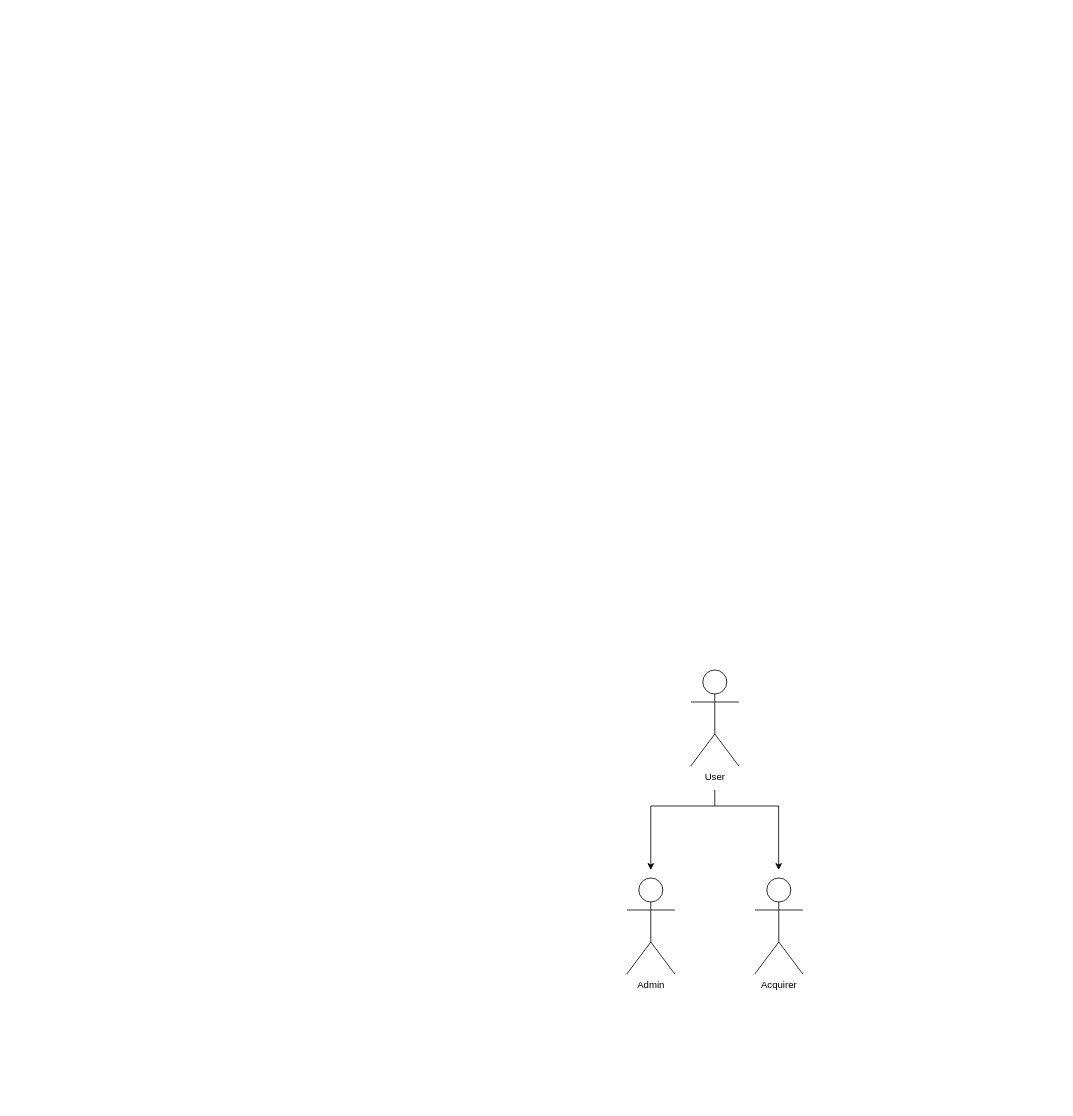
This is usecase.drawio from jarawin/issuer-server, a draw.io file, before an edit. Source tidied: cells renumbered, new cells numbered last; positions are measured from the earlier drawing's top-left corner, leaving out a move shared by most shapes. Both pictures are drawn from the tidied source at 80%, with x=0, y=0 at pixel (626, 670).
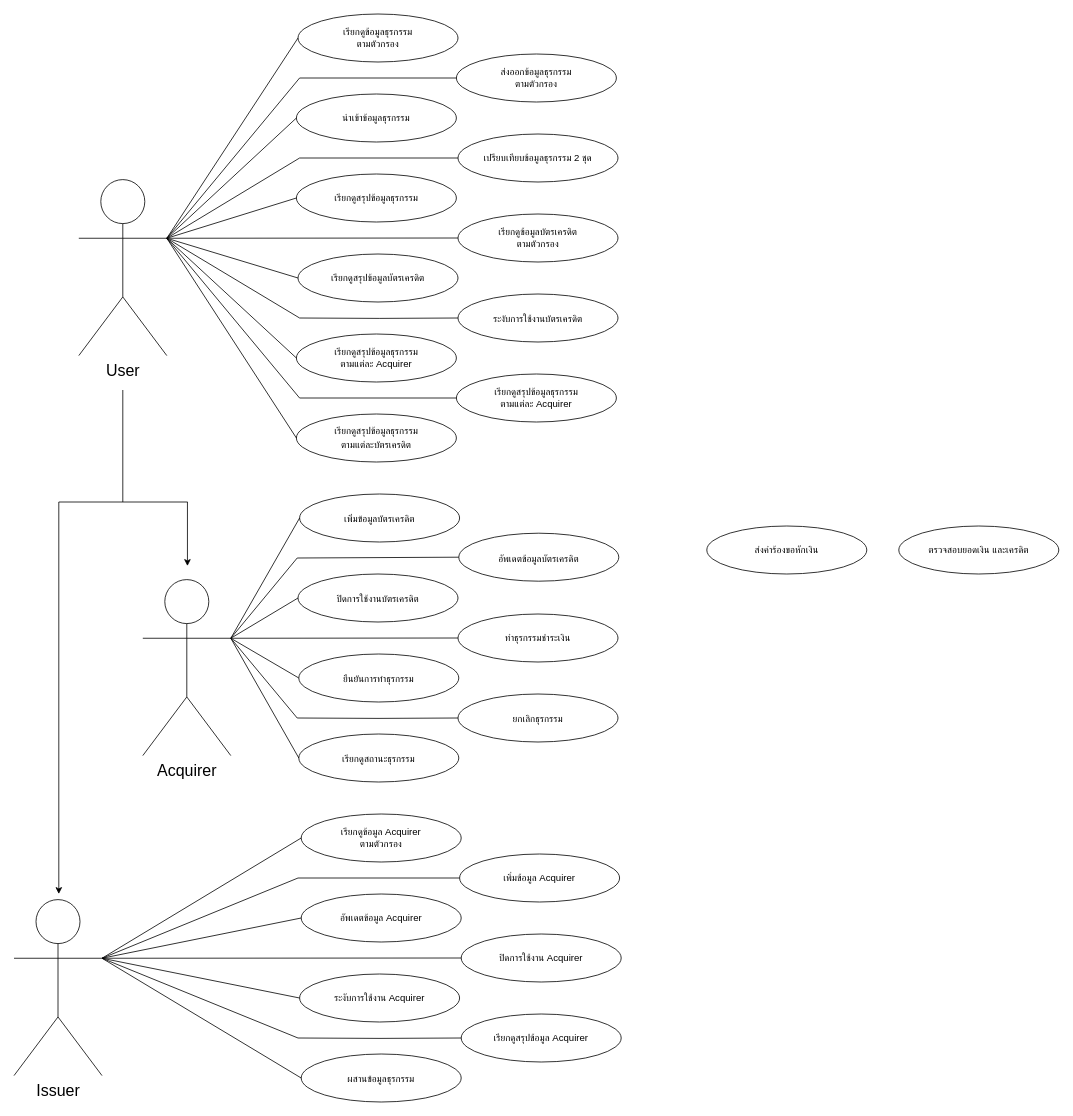
The same diagram, later.

Diff of the diagram source:
```diff
@@
-    <mxCell id="2" value="Acquirer" style="shape=umlActor;verticalLabelPosition=bottom;verticalAlign=top;html=1;" parent="1" vertex="1">
-      <mxGeometry x="160" y="260" width="60" height="120" as="geometry" />
+    <mxCell id="2" value="&lt;font style=&quot;font-size: 20px;&quot;&gt;Acquirer&lt;/font&gt;" style="shape=umlActor;verticalLabelPosition=bottom;verticalAlign=top;html=1;" parent="1" vertex="1">
+      <mxGeometry x="-605" y="-113" width="110" height="220" as="geometry" />
     </mxCell>
-    <mxCell id="3" value="Admin" style="shape=umlActor;verticalLabelPosition=bottom;verticalAlign=top;html=1;" parent="1" vertex="1">
-      <mxGeometry y="260" width="60" height="120" as="geometry" />
+    <mxCell id="3" value="&lt;font style=&quot;font-size: 20px;&quot;&gt;Issuer&lt;/font&gt;" style="shape=umlActor;verticalLabelPosition=bottom;verticalAlign=top;html=1;" parent="1" vertex="1">
+      <mxGeometry x="-766" y="287" width="110" height="220" as="geometry" />
     </mxCell>
     <mxCell id="4" style="edgeStyle=orthogonalEdgeStyle;rounded=0;orthogonalLoop=1;jettySize=auto;html=1;endArrow=none;endFill=0;" parent="1" edge="1">
       <mxGeometry relative="1" as="geometry">
-        <mxPoint x="110" y="150" as="sourcePoint" />
-        <mxPoint x="110" y="170" as="targetPoint" />
+        <mxPoint x="-630" y="-350" as="sourcePoint" />
+        <mxPoint x="-630" y="-210" as="targetPoint" />
       </mxGeometry>
     </mxCell>
-    <mxCell id="5" value="User" style="shape=umlActor;verticalLabelPosition=bottom;verticalAlign=top;html=1;" parent="1" vertex="1">
-      <mxGeometry x="80" width="60" height="120" as="geometry" />
+    <mxCell id="5" value="&lt;font style=&quot;font-size: 20px;&quot;&gt;User&lt;/font&gt;" style="shape=umlActor;verticalLabelPosition=bottom;verticalAlign=top;html=1;" parent="1" vertex="1">
+      <mxGeometry x="-685" y="-613" width="110" height="220" as="geometry" />
     </mxCell>
     <mxCell id="6" style="edgeStyle=orthogonalEdgeStyle;rounded=0;orthogonalLoop=1;jettySize=auto;html=1;endArrow=none;endFill=0;" parent="1" edge="1">
       <mxGeometry relative="1" as="geometry">
-        <mxPoint x="190" y="170" as="sourcePoint" />
-        <mxPoint x="30" y="170" as="targetPoint" />
+        <mxPoint x="-549" y="-210" as="sourcePoint" />
+        <mxPoint x="-710" y="-210" as="targetPoint" />
       </mxGeometry>
     </mxCell>
     <mxCell id="7" style="edgeStyle=orthogonalEdgeStyle;rounded=0;orthogonalLoop=1;jettySize=auto;html=1;endArrow=classic;endFill=1;" parent="1" edge="1">
       <mxGeometry relative="1" as="geometry">
-        <mxPoint x="30" y="170" as="sourcePoint" />
-        <mxPoint x="30" y="250" as="targetPoint" />
+        <mxPoint x="-710" y="-210" as="sourcePoint" />
+        <mxPoint x="-710" y="280" as="targetPoint" />
       </mxGeometry>
     </mxCell>
     <mxCell id="8" style="edgeStyle=orthogonalEdgeStyle;rounded=0;orthogonalLoop=1;jettySize=auto;html=1;endArrow=classic;endFill=1;" parent="1" edge="1">
       <mxGeometry relative="1" as="geometry">
-        <mxPoint x="189.8" y="170" as="sourcePoint" />
-        <mxPoint x="189.8" y="250" as="targetPoint" />
+        <mxPoint x="-549.2" y="-210" as="sourcePoint" />
+        <mxPoint x="-549.2" y="-130" as="targetPoint" />
       </mxGeometry>
     </mxCell>
+    <mxCell id="9" value="เพิ่มข้อมูล Acquirer" style="ellipse;whiteSpace=wrap;html=1;" parent="1" vertex="1">
+      <mxGeometry x="-209" y="230" width="200" height="60" as="geometry" />
+    </mxCell>
+    <mxCell id="10" value="อัพเดตข้อมูล Acquirer" style="ellipse;whiteSpace=wrap;html=1;" parent="1" vertex="1">
+      <mxGeometry x="-407" y="280" width="200" height="60" as="geometry" />
+    </mxCell>
+    <mxCell id="11" value="ปิดการใช้งาน Acquirer" style="ellipse;whiteSpace=wrap;html=1;" parent="1" vertex="1">
+      <mxGeometry x="-207" y="330" width="200" height="60" as="geometry" />
+    </mxCell>
+    <mxCell id="12" value="เรียกดูข้อมูล Acquirer&lt;br&gt;ตามตัวกรอง" style="ellipse;whiteSpace=wrap;html=1;" parent="1" vertex="1">
+      <mxGeometry x="-407" y="180" width="200" height="60" as="geometry" />
+    </mxCell>
+    <mxCell id="13" value="ระงับการใช้งาน Acquirer" style="ellipse;whiteSpace=wrap;html=1;" parent="1" vertex="1">
+      <mxGeometry x="-409" y="380" width="200" height="60" as="geometry" />
+    </mxCell>
+    <mxCell id="14" value="เพิ่มข้อมูลบัตรเครดิต&lt;span style=&quot;font-size: medium; text-align: start;&quot;&gt;&lt;/span&gt;" style="ellipse;whiteSpace=wrap;html=1;" parent="1" vertex="1">
+      <mxGeometry x="-409" y="-220" width="200" height="60" as="geometry" />
+    </mxCell>
+    <mxCell id="15" value="อัพเดตข้อมูลบัตรเครดิต&lt;span style=&quot;font-size: medium; text-align: start;&quot;&gt;&lt;/span&gt;" style="ellipse;whiteSpace=wrap;html=1;" parent="1" vertex="1">
+      <mxGeometry x="-210" y="-171" width="200" height="60" as="geometry" />
+    </mxCell>
+    <mxCell id="16" value="ปิดการใช้งานบัตรเครดิต&lt;span style=&quot;font-size: medium; text-align: start;&quot;&gt;&lt;/span&gt;" style="ellipse;whiteSpace=wrap;html=1;" parent="1" vertex="1">
+      <mxGeometry x="-411" y="-120" width="200" height="60" as="geometry" />
+    </mxCell>
+    <mxCell id="17" value="&lt;font style=&quot;font-size: 12px;&quot;&gt;เรียกดูข้อมูลบัตรเครดิต&lt;span style=&quot;text-align: start;&quot;&gt;&lt;/span&gt;&lt;br&gt;ตามตัวกรอง&lt;/font&gt;" style="ellipse;whiteSpace=wrap;html=1;" parent="1" vertex="1">
+      <mxGeometry x="-211" y="-570" width="200" height="60" as="geometry" />
+    </mxCell>
+    <mxCell id="18" value="ระงับการใช้งานบัตรเครดิต&lt;span style=&quot;font-size: medium; text-align: start;&quot;&gt;&lt;/span&gt;" style="ellipse;whiteSpace=wrap;html=1;" parent="1" vertex="1">
+      <mxGeometry x="-211" y="-470" width="200" height="60" as="geometry" />
+    </mxCell>
+    <mxCell id="19" value="เรียกดูสรุปข้อมูล Acquirer" style="ellipse;whiteSpace=wrap;html=1;" parent="1" vertex="1">
+      <mxGeometry x="-207" y="430" width="200" height="60" as="geometry" />
+    </mxCell>
+    <mxCell id="20" value="เรียกดูสรุปข้อมูลบัตรเครดิต" style="ellipse;whiteSpace=wrap;html=1;" parent="1" vertex="1">
+      <mxGeometry x="-411" y="-520" width="200" height="60" as="geometry" />
+    </mxCell>
+    <mxCell id="21" value="&lt;font style=&quot;font-size: 12px;&quot;&gt;เรียกดูข้อมูลธุรกรรม&lt;br&gt;ตามตัวกรอง&lt;/font&gt;" style="ellipse;whiteSpace=wrap;html=1;" parent="1" vertex="1">
+      <mxGeometry x="-411" y="-820" width="200" height="60" as="geometry" />
+    </mxCell>
+    <mxCell id="22" value="ส่งออกข้อมูลธุรกรรม&lt;br&gt;ตามตัวกรอง" style="ellipse;whiteSpace=wrap;html=1;" parent="1" vertex="1">
+      <mxGeometry x="-213" y="-770" width="200" height="60" as="geometry" />
+    </mxCell>
+    <mxCell id="23" value="นำเข้าข้อมูลธุรกรรม" style="ellipse;whiteSpace=wrap;html=1;" parent="1" vertex="1">
+      <mxGeometry x="-413" y="-720" width="200" height="60" as="geometry" />
+    </mxCell>
+    <mxCell id="24" value="เรียกดูสรุปข้อมูลธุรกรรม" style="ellipse;whiteSpace=wrap;html=1;" parent="1" vertex="1">
+      <mxGeometry x="-413" y="-620" width="200" height="60" as="geometry" />
+    </mxCell>
+    <mxCell id="25" value="ทำธุรกรรมชำระเงิน" style="ellipse;whiteSpace=wrap;html=1;" parent="1" vertex="1">
+      <mxGeometry x="-211" y="-70" width="200" height="60" as="geometry" />
+    </mxCell>
+    <mxCell id="26" value="ยืนยันการทำธุรกรรม&lt;span style=&quot;font-size: medium; text-align: start;&quot;&gt;&lt;/span&gt;" style="ellipse;whiteSpace=wrap;html=1;" parent="1" vertex="1">
+      <mxGeometry x="-410" y="-20" width="200" height="60" as="geometry" />
+    </mxCell>
+    <mxCell id="27" value="เปรียบเทียบข้อมูลธุรกรรม 2 ชุด" style="ellipse;whiteSpace=wrap;html=1;" parent="1" vertex="1">
+      <mxGeometry x="-211" y="-670" width="200" height="60" as="geometry" />
+    </mxCell>
+    <mxCell id="28" value="ผสานข้อมูลธุรกรรม&lt;span style=&quot;font-size: medium; text-align: start;&quot;&gt;&lt;/span&gt;" style="ellipse;whiteSpace=wrap;html=1;" parent="1" vertex="1">
+      <mxGeometry x="-407" y="480" width="200" height="60" as="geometry" />
+    </mxCell>
+    <mxCell id="29" value="ยกเลิกธุรกรรม&lt;span style=&quot;font-size: medium; text-align: start;&quot;&gt;&lt;/span&gt;" style="ellipse;whiteSpace=wrap;html=1;" parent="1" vertex="1">
+      <mxGeometry x="-211" y="30" width="200" height="60" as="geometry" />
+    </mxCell>
+    <mxCell id="30" value="เรียกดูสถานะธุรกรรม&lt;span style=&quot;font-size: medium; text-align: start;&quot;&gt;&lt;/span&gt;" style="ellipse;whiteSpace=wrap;html=1;" parent="1" vertex="1">
+      <mxGeometry x="-410" y="80" width="200" height="60" as="geometry" />
+    </mxCell>
+    <mxCell id="31" value="เรียกดูสรุปข้อมูลธุรกรรม&lt;br&gt;ตามแต่ละ Acquirer" style="ellipse;whiteSpace=wrap;html=1;" parent="1" vertex="1">
+      <mxGeometry x="-413" y="-420" width="200" height="60" as="geometry" />
+    </mxCell>
+    <mxCell id="32" value="เรียกดูสรุปข้อมูลธุรกรรม&lt;br&gt;ตามแต่ละ Acquirer" style="ellipse;whiteSpace=wrap;html=1;" parent="1" vertex="1">
+      <mxGeometry x="-213" y="-370" width="200" height="60" as="geometry" />
+    </mxCell>
+    <mxCell id="33" value="เรียกดูสรุปข้อมูลธุรกรรม&lt;br&gt;ตามแต่ละบัตรเครดิต&lt;span style=&quot;font-size: medium; text-align: start;&quot;&gt;&lt;/span&gt;" style="ellipse;whiteSpace=wrap;html=1;" parent="1" vertex="1">
+      <mxGeometry x="-413" y="-320" width="200" height="60" as="geometry" />
+    </mxCell>
+    <mxCell id="34" style="endArrow=none;html=1;rounded=0;entryX=0;entryY=0.5;entryDx=0;entryDy=0;exitX=1;exitY=0.3333333333333333;exitDx=0;exitDy=0;exitPerimeter=0;" parent="1" edge="1" source="5" target="17">
+      <mxGeometry relative="1" as="geometry" />
+    </mxCell>
+    <mxCell id="35" style="endArrow=none;html=1;rounded=0;entryX=0;entryY=0.5;entryDx=0;entryDy=0;" parent="1" edge="1" target="22">
+      <mxGeometry relative="1" as="geometry">
+        <mxPoint x="-409" y="-740" as="sourcePoint" />
+      </mxGeometry>
+    </mxCell>
+    <mxCell id="36" style="endArrow=none;html=1;rounded=0;entryX=0;entryY=0.5;entryDx=0;entryDy=0;" parent="1" edge="1" target="32">
+      <mxGeometry relative="1" as="geometry">
+        <mxPoint x="-409" y="-340" as="sourcePoint" />
+      </mxGeometry>
+    </mxCell>
+    <mxCell id="37" style="endArrow=none;html=1;rounded=0;entryX=0;entryY=0.5;entryDx=0;entryDy=0;" parent="1" edge="1" target="27">
+      <mxGeometry relative="1" as="geometry">
+        <mxPoint x="-409" y="-640" as="sourcePoint" />
+      </mxGeometry>
+    </mxCell>
+    <mxCell id="38" style="endArrow=none;html=1;rounded=0;entryX=0;entryY=0.5;entryDx=0;entryDy=0;edgeStyle=orthogonalEdgeStyle;" parent="1" edge="1" target="18">
+      <mxGeometry relative="1" as="geometry">
+        <mxPoint x="-409" y="-440" as="sourcePoint" />
+      </mxGeometry>
+    </mxCell>
+    <mxCell id="39" style="endArrow=none;html=1;rounded=0;entryX=1;entryY=0.3333333333333333;entryDx=0;entryDy=0;entryPerimeter=0;" parent="1" edge="1" target="5">
+      <mxGeometry relative="1" as="geometry">
+        <mxPoint x="-409" y="-440" as="sourcePoint" />
+      </mxGeometry>
+    </mxCell>
+    <mxCell id="40" style="endArrow=none;html=1;rounded=0;entryX=1;entryY=0.3333333333333333;entryDx=0;entryDy=0;entryPerimeter=0;" parent="1" edge="1" target="5">
+      <mxGeometry relative="1" as="geometry">
+        <mxPoint x="-409" y="-340" as="sourcePoint" />
+      </mxGeometry>
+    </mxCell>
+    <mxCell id="41" style="endArrow=none;html=1;rounded=0;entryX=1;entryY=0.3333333333333333;entryDx=0;entryDy=0;entryPerimeter=0;exitX=0;exitY=0.5;exitDx=0;exitDy=0;" parent="1" edge="1" source="20" target="5">
+      <mxGeometry relative="1" as="geometry" />
+    </mxCell>
+    <mxCell id="42" style="endArrow=none;html=1;rounded=0;entryX=1;entryY=0.3333333333333333;entryDx=0;entryDy=0;entryPerimeter=0;exitX=0;exitY=0.5;exitDx=0;exitDy=0;" parent="1" edge="1" source="31" target="5">
+      <mxGeometry relative="1" as="geometry" />
+    </mxCell>
+    <mxCell id="43" style="endArrow=none;html=1;rounded=0;entryX=1;entryY=0.3333333333333333;entryDx=0;entryDy=0;entryPerimeter=0;exitX=0;exitY=0.5;exitDx=0;exitDy=0;" parent="1" edge="1" source="24" target="5">
+      <mxGeometry relative="1" as="geometry" />
+    </mxCell>
+    <mxCell id="44" style="endArrow=none;html=1;rounded=0;entryX=1;entryY=0.3333333333333333;entryDx=0;entryDy=0;entryPerimeter=0;" parent="1" edge="1" target="5">
+      <mxGeometry relative="1" as="geometry">
+        <mxPoint x="-409" y="-640" as="sourcePoint" />
+      </mxGeometry>
+    </mxCell>
+    <mxCell id="45" style="endArrow=none;html=1;rounded=0;entryX=1;entryY=0.3333333333333333;entryDx=0;entryDy=0;entryPerimeter=0;" parent="1" edge="1" target="5">
+      <mxGeometry relative="1" as="geometry">
+        <mxPoint x="-409" y="-740" as="sourcePoint" />
+      </mxGeometry>
+    </mxCell>
+    <mxCell id="46" style="endArrow=none;html=1;rounded=0;entryX=1;entryY=0.3333333333333333;entryDx=0;entryDy=0;entryPerimeter=0;exitX=0;exitY=0.5;exitDx=0;exitDy=0;" parent="1" edge="1" source="21" target="5">
+      <mxGeometry relative="1" as="geometry" />
+    </mxCell>
+    <mxCell id="47" style="endArrow=none;html=1;rounded=0;entryX=1;entryY=0.3333333333333333;entryDx=0;entryDy=0;entryPerimeter=0;exitX=0;exitY=0.5;exitDx=0;exitDy=0;" parent="1" edge="1" source="23" target="5">
+      <mxGeometry relative="1" as="geometry" />
+    </mxCell>
+    <mxCell id="48" style="endArrow=none;html=1;rounded=0;entryX=1;entryY=0.3333333333333333;entryDx=0;entryDy=0;entryPerimeter=0;exitX=0;exitY=0.5;exitDx=0;exitDy=0;" parent="1" edge="1" source="33" target="5">
+      <mxGeometry relative="1" as="geometry" />
+    </mxCell>
+    <mxCell id="49" style="endArrow=none;html=1;rounded=0;entryX=0;entryY=0.5;entryDx=0;entryDy=0;exitX=1;exitY=0.3333333333333333;exitDx=0;exitDy=0;exitPerimeter=0;" parent="1" edge="1" source="2" target="25">
+      <mxGeometry relative="1" as="geometry" />
+    </mxCell>
+    <mxCell id="50" style="endArrow=none;html=1;rounded=0;entryX=0;entryY=0.5;entryDx=0;entryDy=0;" parent="1" edge="1" target="15">
+      <mxGeometry relative="1" as="geometry">
+        <mxPoint x="-412" y="-140" as="sourcePoint" />
+      </mxGeometry>
+    </mxCell>
+    <mxCell id="51" style="endArrow=none;html=1;rounded=0;entryX=0;entryY=0.5;entryDx=0;entryDy=0;edgeStyle=orthogonalEdgeStyle;" parent="1" edge="1" target="29">
+      <mxGeometry relative="1" as="geometry">
+        <mxPoint x="-412" y="60" as="sourcePoint" />
+      </mxGeometry>
+    </mxCell>
+    <mxCell id="52" style="endArrow=none;html=1;rounded=0;entryX=1;entryY=0.3333333333333333;entryDx=0;entryDy=0;entryPerimeter=0;" parent="1" edge="1" target="2">
+      <mxGeometry relative="1" as="geometry">
+        <mxPoint x="-412" y="60" as="sourcePoint" />
+      </mxGeometry>
+    </mxCell>
+    <mxCell id="53" style="endArrow=none;html=1;rounded=0;entryX=1;entryY=0.3333333333333333;entryDx=0;entryDy=0;entryPerimeter=0;exitX=0;exitY=0.5;exitDx=0;exitDy=0;" parent="1" edge="1" source="26" target="2">
+      <mxGeometry relative="1" as="geometry" />
+    </mxCell>
+    <mxCell id="54" style="endArrow=none;html=1;rounded=0;entryX=1;entryY=0.3333333333333333;entryDx=0;entryDy=0;entryPerimeter=0;exitX=0;exitY=0.5;exitDx=0;exitDy=0;" parent="1" edge="1" source="30" target="2">
+      <mxGeometry relative="1" as="geometry" />
+    </mxCell>
+    <mxCell id="55" style="endArrow=none;html=1;rounded=0;entryX=1;entryY=0.3333333333333333;entryDx=0;entryDy=0;entryPerimeter=0;exitX=0;exitY=0.5;exitDx=0;exitDy=0;" parent="1" edge="1" source="16" target="2">
+      <mxGeometry relative="1" as="geometry" />
+    </mxCell>
+    <mxCell id="56" style="endArrow=none;html=1;rounded=0;entryX=1;entryY=0.3333333333333333;entryDx=0;entryDy=0;entryPerimeter=0;" parent="1" edge="1" target="2">
+      <mxGeometry relative="1" as="geometry">
+        <mxPoint x="-412" y="-140" as="sourcePoint" />
+      </mxGeometry>
+    </mxCell>
+    <mxCell id="57" style="endArrow=none;html=1;rounded=0;entryX=1;entryY=0.3333333333333333;entryDx=0;entryDy=0;entryPerimeter=0;exitX=0;exitY=0.5;exitDx=0;exitDy=0;" parent="1" edge="1" source="14" target="2">
+      <mxGeometry relative="1" as="geometry" />
+    </mxCell>
+    <mxCell id="58" style="endArrow=none;html=1;rounded=0;entryX=0;entryY=0.5;entryDx=0;entryDy=0;exitX=1;exitY=0.3333333333333333;exitDx=0;exitDy=0;exitPerimeter=0;" parent="1" edge="1" source="3" target="11">
+      <mxGeometry relative="1" as="geometry" />
+    </mxCell>
+    <mxCell id="59" style="endArrow=none;html=1;rounded=0;entryX=0;entryY=0.5;entryDx=0;entryDy=0;" parent="1" edge="1" target="9">
+      <mxGeometry relative="1" as="geometry">
+        <mxPoint x="-411" y="260" as="sourcePoint" />
+      </mxGeometry>
+    </mxCell>
+    <mxCell id="60" style="endArrow=none;html=1;rounded=0;entryX=0;entryY=0.5;entryDx=0;entryDy=0;edgeStyle=orthogonalEdgeStyle;" parent="1" edge="1" target="19">
+      <mxGeometry relative="1" as="geometry">
+        <mxPoint x="-411" y="460" as="sourcePoint" />
+      </mxGeometry>
+    </mxCell>
+    <mxCell id="61" style="endArrow=none;html=1;rounded=0;entryX=1;entryY=0.3333333333333333;entryDx=0;entryDy=0;entryPerimeter=0;" parent="1" edge="1" target="3">
+      <mxGeometry relative="1" as="geometry">
+        <mxPoint x="-411" y="460" as="sourcePoint" />
+      </mxGeometry>
+    </mxCell>
+    <mxCell id="62" style="endArrow=none;html=1;rounded=0;entryX=1;entryY=0.3333333333333333;entryDx=0;entryDy=0;entryPerimeter=0;exitX=0;exitY=0.5;exitDx=0;exitDy=0;" parent="1" edge="1" source="13" target="3">
+      <mxGeometry relative="1" as="geometry" />
+    </mxCell>
+    <mxCell id="63" style="endArrow=none;html=1;rounded=0;entryX=1;entryY=0.3333333333333333;entryDx=0;entryDy=0;entryPerimeter=0;exitX=0;exitY=0.5;exitDx=0;exitDy=0;" parent="1" edge="1" source="28" target="3">
+      <mxGeometry relative="1" as="geometry" />
+    </mxCell>
+    <mxCell id="64" style="endArrow=none;html=1;rounded=0;entryX=1;entryY=0.3333333333333333;entryDx=0;entryDy=0;entryPerimeter=0;exitX=0;exitY=0.5;exitDx=0;exitDy=0;" parent="1" edge="1" source="10" target="3">
+      <mxGeometry relative="1" as="geometry" />
+    </mxCell>
+    <mxCell id="65" style="endArrow=none;html=1;rounded=0;entryX=1;entryY=0.3333333333333333;entryDx=0;entryDy=0;entryPerimeter=0;" parent="1" edge="1" target="3">
+      <mxGeometry relative="1" as="geometry">
+        <mxPoint x="-411" y="260" as="sourcePoint" />
+      </mxGeometry>
+    </mxCell>
+    <mxCell id="66" style="endArrow=none;html=1;rounded=0;entryX=1;entryY=0.3333333333333333;entryDx=0;entryDy=0;entryPerimeter=0;exitX=0;exitY=0.5;exitDx=0;exitDy=0;" parent="1" edge="1" source="12" target="3">
+      <mxGeometry relative="1" as="geometry" />
+    </mxCell>
+    <mxCell id="67" value="ส่งคำร้องขอหักเงิน" style="ellipse;whiteSpace=wrap;html=1;" parent="1" vertex="1">
+      <mxGeometry x="100" y="-180" width="200" height="60" as="geometry" />
+    </mxCell>
+    <mxCell id="68" value="ตรวจสอบยอดเงิน และเครดิต" style="ellipse;whiteSpace=wrap;html=1;" parent="1" vertex="1">
+      <mxGeometry x="340" y="-180" width="200" height="60" as="geometry" />
+    </mxCell>
```
